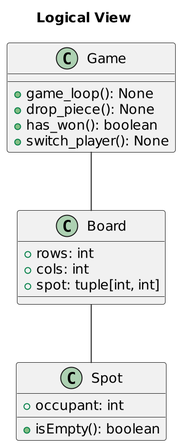
The PlantUML diagram design-analysis/Logical_View.png in austin-s970/OOP-Connect4, before a commit.
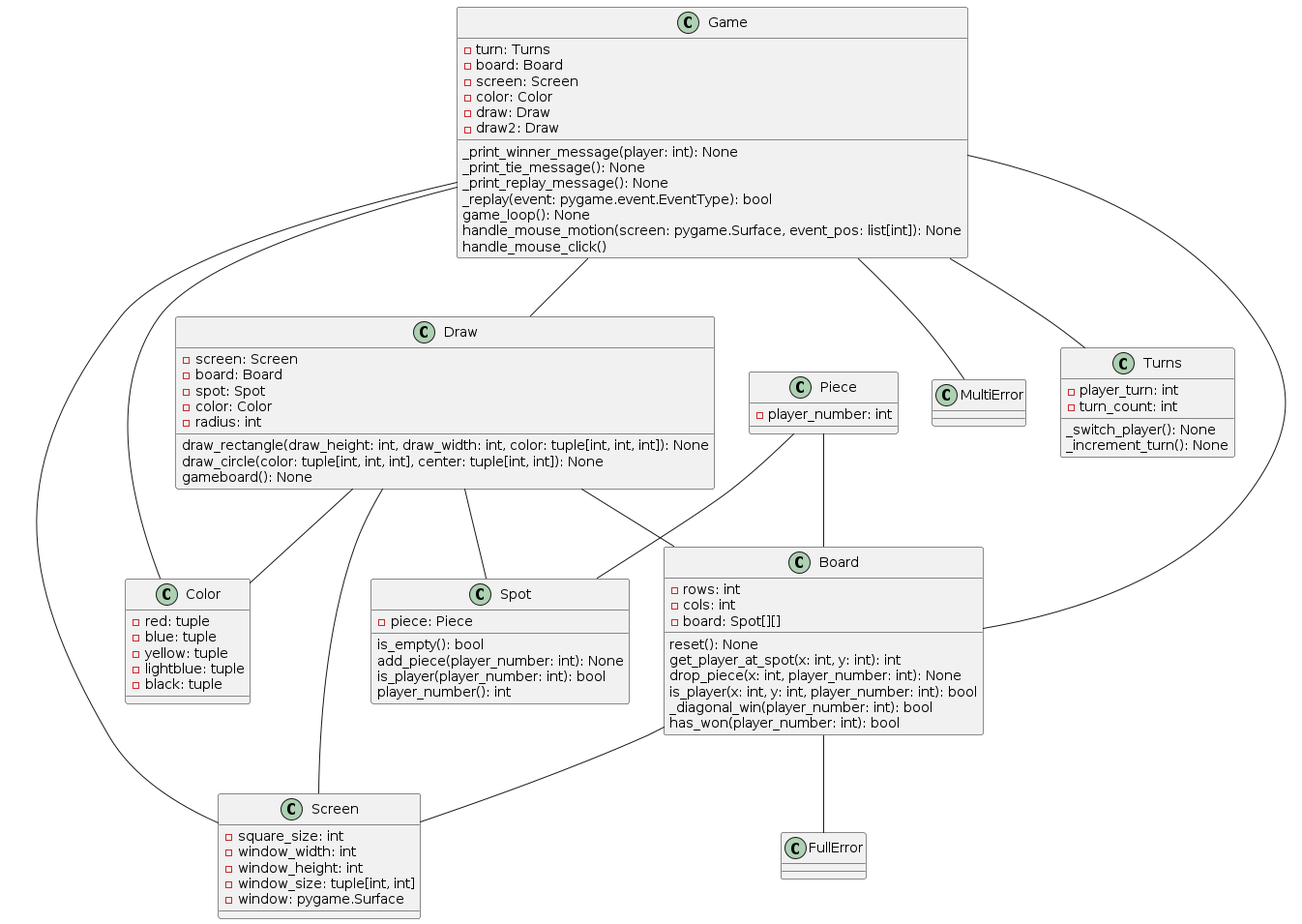
Later version of the same file.

Change to the diagram source:
```diff
@@ -1,26 +1,96 @@
 @startuml
-title Logical View
-scale 2
 
 class Game {
-  +game_loop(): None
-  +drop_piece(): None
-  +has_won(): boolean
-  +switch_player(): None
+  -turn: Turns
+  -board: Board
+  -screen: Screen
+  -color: Color
+  -draw: Draw
+  -draw2: Draw
+  _print_winner_message(player: int): None
+  _print_tie_message(): None
+  _print_replay_message(): None
+  _replay(event: pygame.event.EventType): bool
+  game_loop(): None
+  handle_mouse_motion(screen: pygame.Surface, event_pos: list[int]): None
+  handle_mouse_click()
+}
+
+class Turns {
+  -player_turn: int
+  -turn_count: int
+  _switch_player(): None
+  _increment_turn(): None
 }
 
 class Board {
-  +rows: int
-  +cols: int
-  +spot: tuple[int, int]
+  -rows: int
+  -cols: int
+  -board: Spot[][]
+  reset(): None
+  get_player_at_spot(x: int, y: int): int
+  drop_piece(x: int, player_number: int): None
+  is_player(x: int, y: int, player_number: int): bool
+  _diagonal_win(player_number: int): bool
+  has_won(player_number: int): bool
+}
+
+class Screen {
+  -square_size: int
+  -window_width: int
+  -window_height: int
+  -window_size: tuple[int, int]
+  -window: pygame.Surface
 }
 
 class Spot {
-  +occupant: int
-  +isEmpty(): boolean
+  -piece: Piece
+  is_empty(): bool
+  add_piece(player_number: int): None
+  is_player(player_number: int): bool
+  player_number(): int
 }
 
+class Piece {
+  -player_number: int
+}
+
+class Draw {
+  -screen: Screen
+  -board: Board
+  -spot: Spot
+  -color: Color
+  -radius: int
+  draw_rectangle(draw_height: int, draw_width: int, color: tuple[int, int, int]): None
+  draw_circle(color: tuple[int, int, int], center: tuple[int, int]): None
+  gameboard(): None
+}
+
+class Color {
+  -red: tuple
+  -blue: tuple
+  -yellow: tuple
+  -lightblue: tuple
+  -black: tuple
+}
+
+Game -- Turns
 Game -- Board
-Board -- Spot
+Game -- Screen
+Game -- Color
+Game -- Draw
+Board -- Screen
+Piece -- Spot
+Piece -- Board
+Draw -- Board
+Draw -- Screen
+Draw -- Color
+Draw -- Spot
+
+class MultiError
+class FullError
+
+Game -- MultiError
+Board -- FullError
 
 @enduml
```
